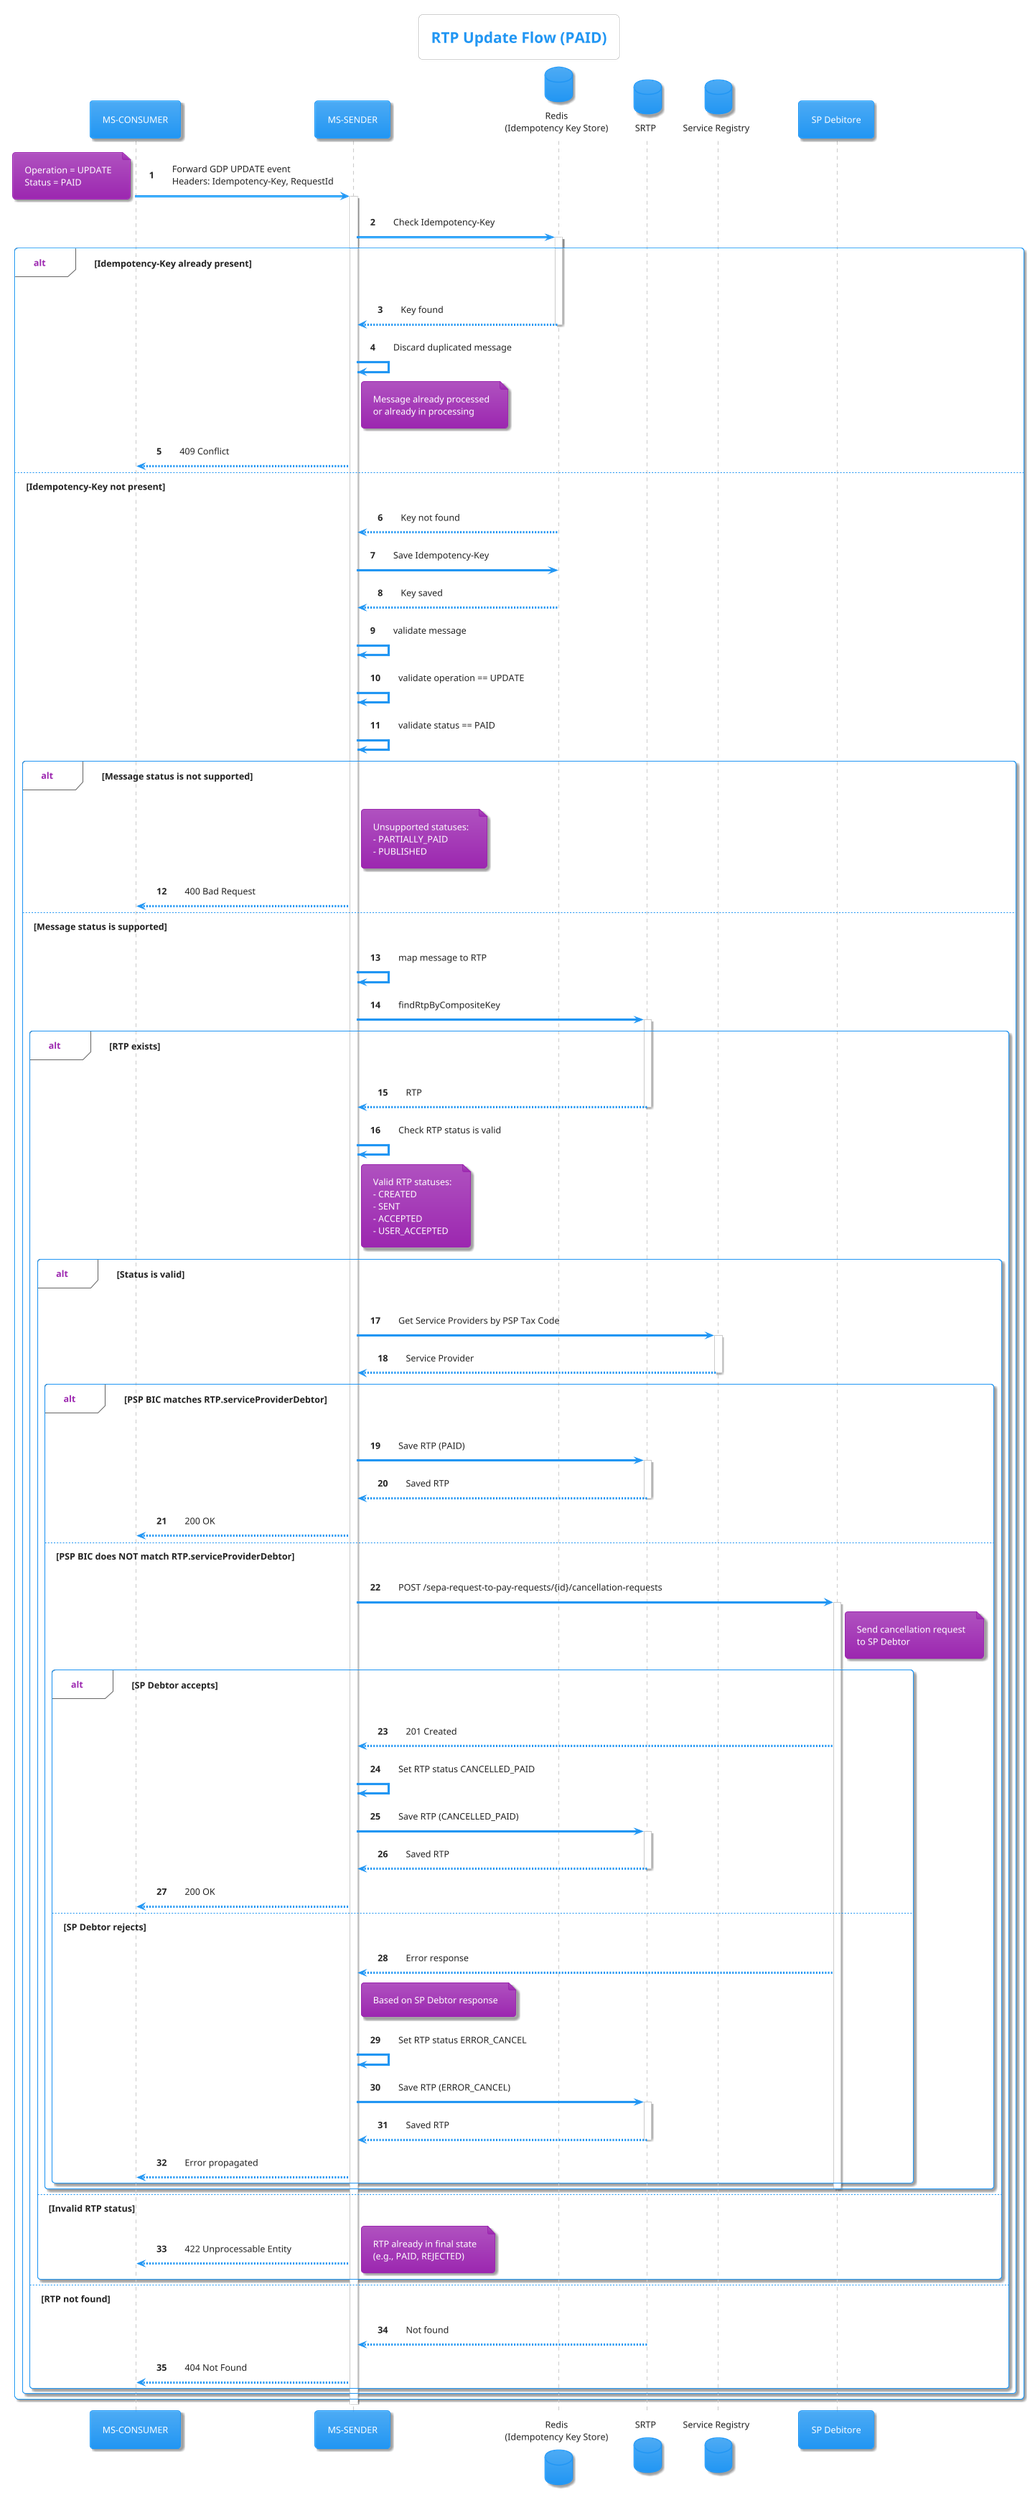
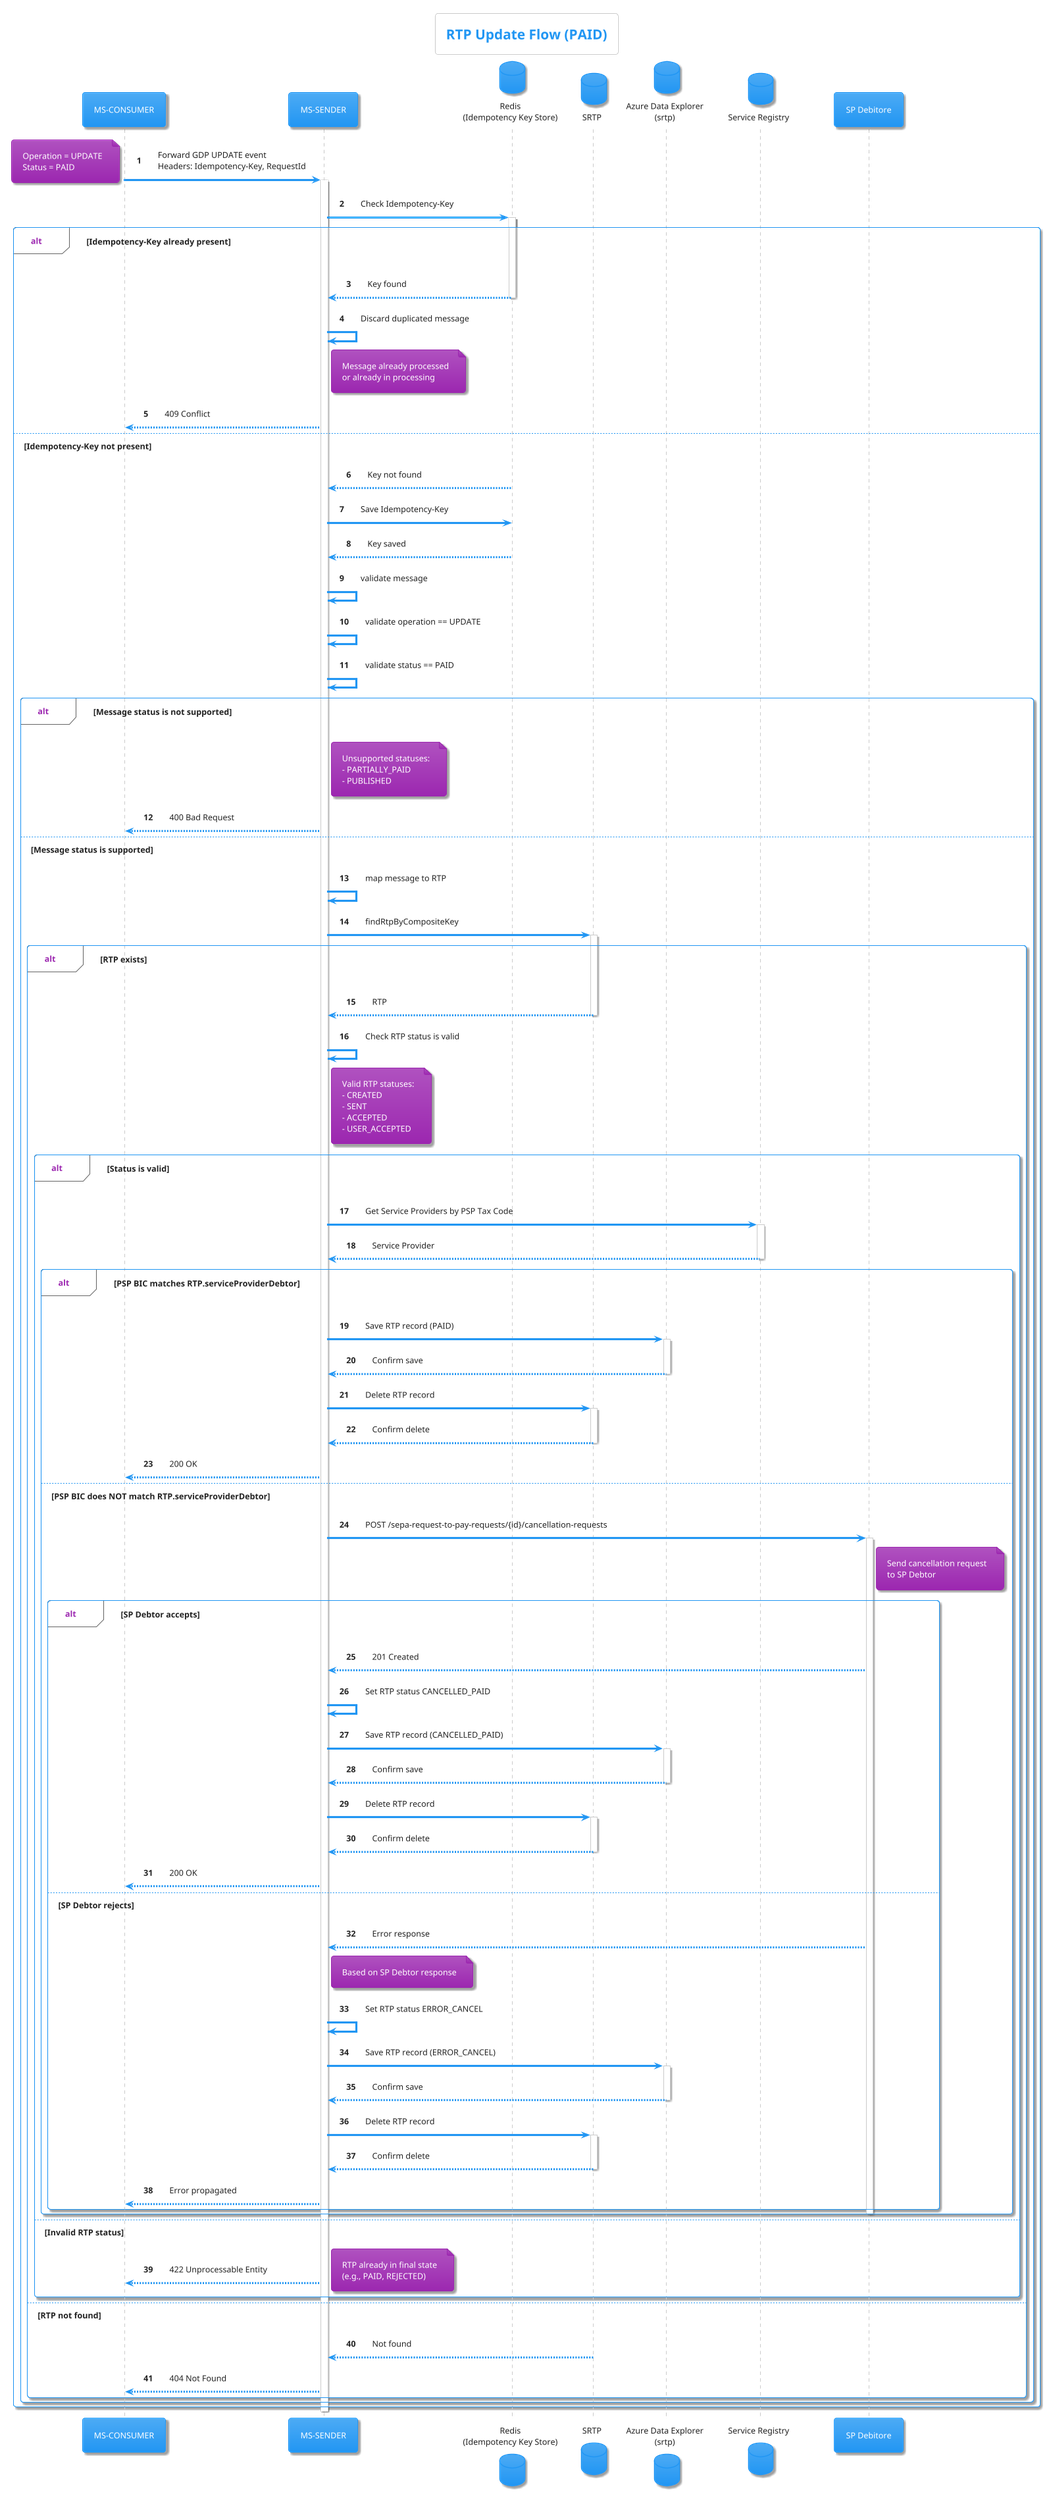
@startuml

!theme materia

title RTP Update Flow (PAID)

participant "MS-CONSUMER" as CONSUMER
participant "MS-SENDER" as SENDER
database "Redis\n(Idempotency Key Store)" as REDIS
database "SRTP" as SRTP
+ database "Azure Data Explorer\n(srtp)" as ADX
database "Service Registry" as Registry
participant "SP Debitore" as SPD

autonumber

CONSUMER -> SENDER: Forward GDP UPDATE event\nHeaders: Idempotency-Key, RequestId
note left
  Operation = UPDATE
  Status = PAID
end note

activate SENDER

SENDER -> REDIS: Check Idempotency-Key
activate REDIS

alt Idempotency-Key already present
  REDIS --> SENDER: Key found
  deactivate REDIS

  SENDER -> SENDER: Discard duplicated message
  note right of SENDER
    Message already processed
    or already in processing
  end note

  SENDER --> CONSUMER: 409 Conflict

else Idempotency-Key not present
  REDIS --> SENDER: Key not found
  SENDER -> REDIS: Save Idempotency-Key
  REDIS --> SENDER: Key saved
  deactivate REDIS

  SENDER -> SENDER: validate message
  SENDER -> SENDER: validate operation == UPDATE
  SENDER -> SENDER: validate status == PAID

  alt Message status is not supported
    note right of SENDER
      Unsupported statuses:
      - PARTIALLY_PAID
      - PUBLISHED
    end note
    SENDER --> CONSUMER: 400 Bad Request

  else Message status is supported
    SENDER -> SENDER: map message to RTP

    SENDER -> SRTP: findRtpByCompositeKey
    activate SRTP

    alt RTP exists
      SRTP --> SENDER: RTP
      deactivate SRTP

      SENDER -> SENDER: Check RTP status is valid
      note right of SENDER
        Valid RTP statuses:
        - CREATED
        - SENT
        - ACCEPTED
        - USER_ACCEPTED
      end note

      alt Status is valid
        SENDER -> Registry: Get Service Providers by PSP Tax Code
        activate Registry
        Registry --> SENDER: Service Provider
        deactivate Registry

        alt PSP BIC matches RTP.serviceProviderDebtor
-           SENDER -> SRTP: Save RTP (PAID)
+           SENDER -> ADX: Save RTP record (PAID)
+           activate ADX
+           ADX --> SENDER: Confirm save
+           deactivate ADX
+           SENDER -> SRTP: Delete RTP record
          activate SRTP
-           SRTP --> SENDER: Saved RTP
+           SRTP --> SENDER: Confirm delete
          deactivate SRTP
          SENDER --> CONSUMER: 200 OK

        else PSP BIC does NOT match RTP.serviceProviderDebtor
          SENDER -> SPD: POST /sepa-request-to-pay-requests/{id}/cancellation-requests
          note right of SPD
            Send cancellation request
            to SP Debtor
          end note
          activate SPD

          alt SP Debtor accepts
            SPD --> SENDER: 201 Created
            SENDER -> SENDER: Set RTP status CANCELLED_PAID
-             SENDER -> SRTP: Save RTP (CANCELLED_PAID)
+             SENDER -> ADX: Save RTP record (CANCELLED_PAID)
+             activate ADX
+             ADX --> SENDER: Confirm save
+             deactivate ADX
+             SENDER -> SRTP: Delete RTP record
            activate SRTP
-             SRTP --> SENDER: Saved RTP
+             SRTP --> SENDER: Confirm delete
            deactivate SRTP
            SENDER --> CONSUMER: 200 OK

          else SP Debtor rejects
            SPD --> SENDER: Error response
            note right of SENDER
              Based on SP Debtor response
            end note
            SENDER -> SENDER: Set RTP status ERROR_CANCEL
-             SENDER -> SRTP: Save RTP (ERROR_CANCEL)
+             SENDER -> ADX: Save RTP record (ERROR_CANCEL)
+             activate ADX
+             ADX --> SENDER: Confirm save
+             deactivate ADX
+             SENDER -> SRTP: Delete RTP record
            activate SRTP
-             SRTP --> SENDER: Saved RTP
+             SRTP --> SENDER: Confirm delete
            deactivate SRTP
            SENDER --> CONSUMER: Error propagated
          end

          deactivate SPD
        end

      else Invalid RTP status
        SENDER --> CONSUMER: 422 Unprocessable Entity
        note right
          RTP already in final state
          (e.g., PAID, REJECTED)
        end note
      end

    else RTP not found
      SRTP --> SENDER: Not found
      deactivate SRTP
      SENDER --> CONSUMER: 404 Not Found
    end
  end
end

deactivate SENDER
@enduml